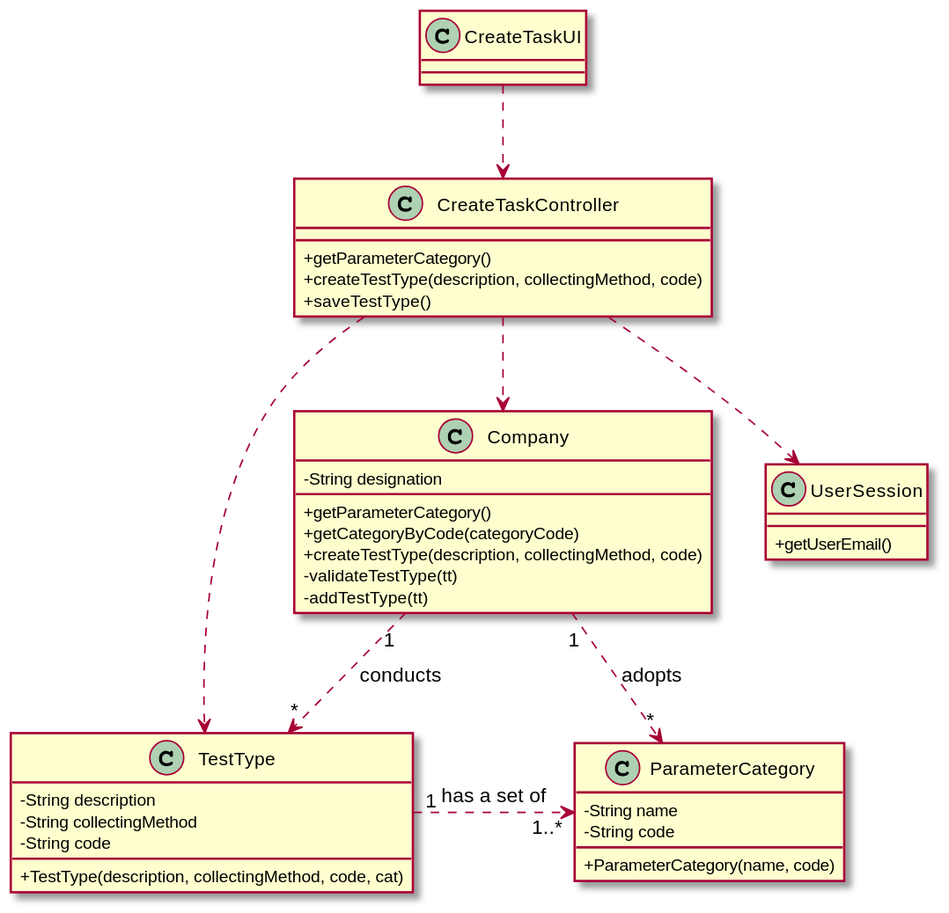
Above: docs/SprintB/US9_CreateTestType/US009_CD.svg in Pedromaia26/LAPR2-ISEP (PlantUML), before the change.
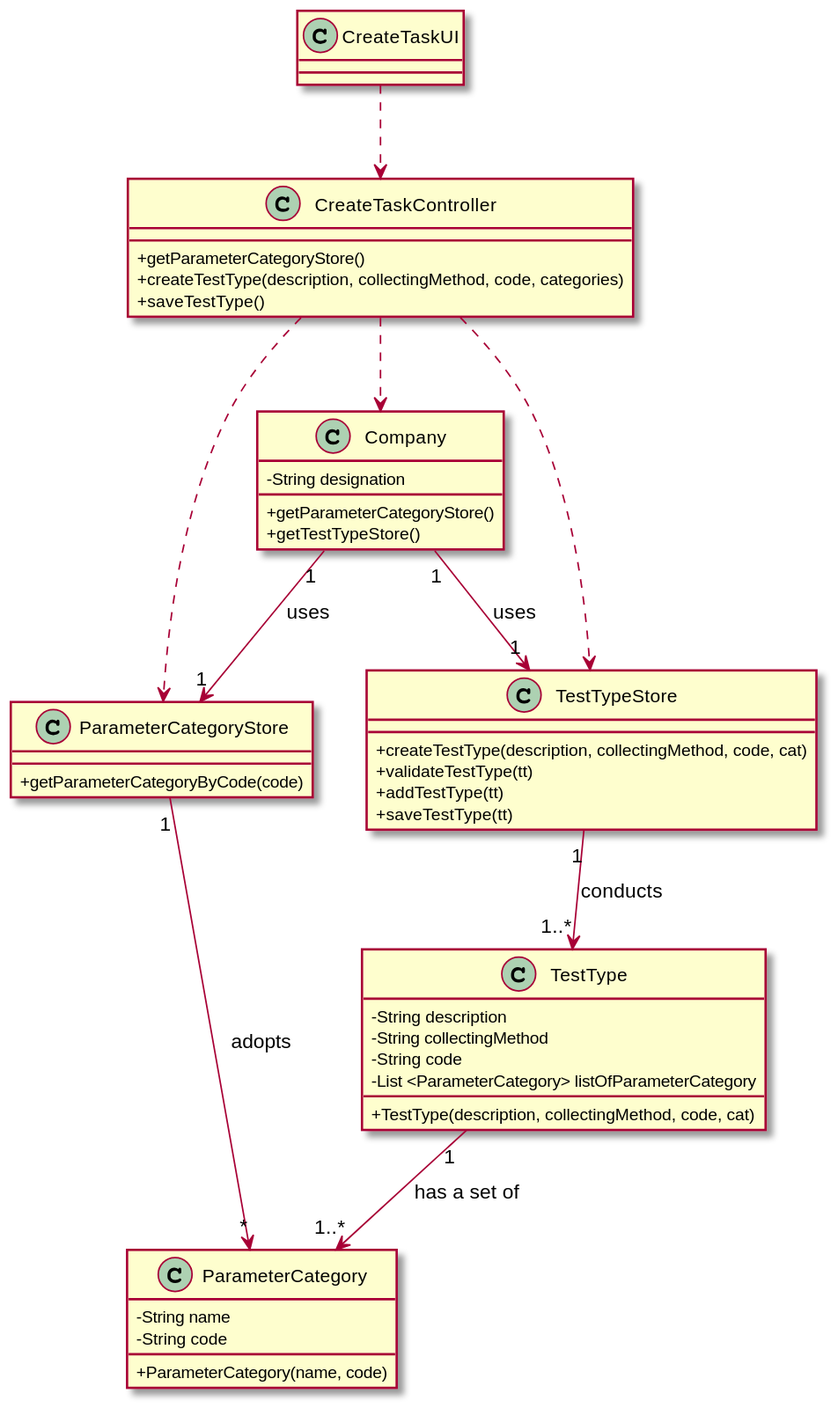
Later version of the same file.

Commit message:
US9 CD update and SD (DTO), ParameterCategoryStore update

Change to the diagram source:
```diff
@@ -2,19 +2,27 @@
 skinparam classAttributeIconSize 0
 
 
-class UserSession
-{
-  +getUserEmail()
-}
+
 
 
 class TestType {
   -String description
   -String collectingMethod
   -String code
+  -List <ParameterCategory> listOfParameterCategory
   +TestType(description, collectingMethod, code, cat)
 }
 
+class ParameterCategoryStore{
+ +getParameterCategoryByCode(code)
+}
+
+class TestTypeStore{
+   +createTestType(description, collectingMethod, code, cat)
+   +validateTestType(tt)
+   +addTestType(tt)
+   +saveTestType(tt)
+   }
 
 class ParameterCategory {
   -String name
@@ -25,18 +33,16 @@
 
 class Company {
   -String designation
-  +getParameterCategory()
-  +getCategoryByCode(categoryCode)
-  +createTestType(description, collectingMethod, code)
-  -validateTestType(tt)
-  -addTestType(tt)
+  +getParameterCategoryStore()
+  +getTestTypeStore()
+
 }
 
 
 class CreateTaskController {
-  +getParameterCategory()
-  +createTestType(description, collectingMethod, code)
-  +saveTestType()
+    +getParameterCategoryStore()
+    +createTestType(description, collectingMethod, code, categories)
+    +saveTestType()
 }
 
 
@@ -46,11 +52,13 @@
 
 
 CreateTaskUI ..> CreateTaskController
-CreateTaskController ..> TestType
+CreateTaskController ..> TestTypeStore
 CreateTaskController ..> Company
-CreateTaskController ..> UserSession
-Company "1" ..> "*" TestType: conducts
-TestType "1" .> "1..*" ParameterCategory: has a set of
-Company "1" .> "*" ParameterCategory: adopts
+CreateTaskController ..> ParameterCategoryStore
+Company "1" --> "1" ParameterCategoryStore: uses
+Company "1" --> "1" TestTypeStore: uses
+TestTypeStore "1" --> "1..*" TestType: conducts
+ParameterCategoryStore "1" -> "*" ParameterCategory: adopts
+TestType "1" --> "1..*" ParameterCategory: has a set of
 
 @enduml
```
